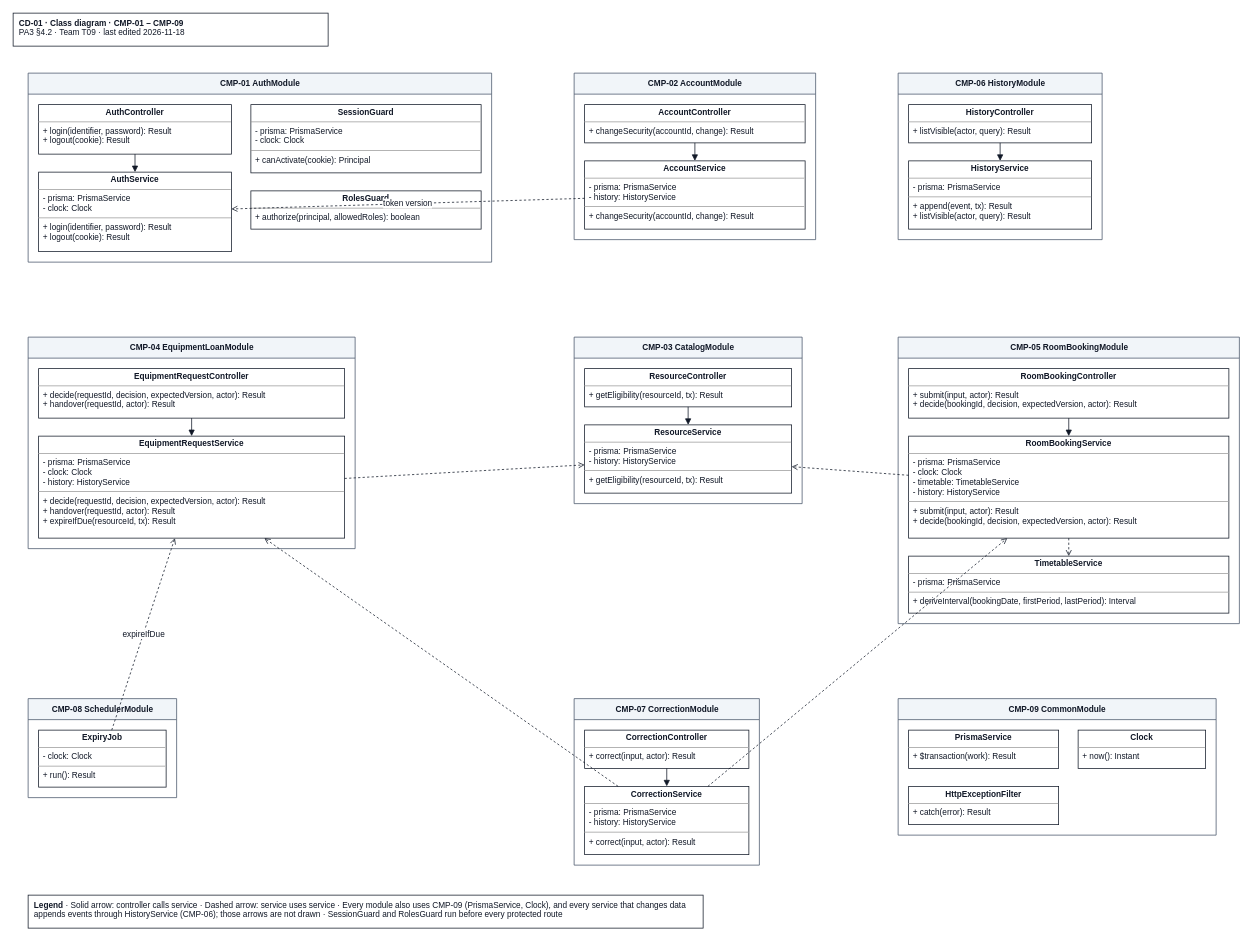
This is docs/design/diagrams/CD-01_component-classes.drawio from JuliaTrang/T09-CampusBorrow, a draw.io file, before an edit. Source tidied: cells renumbered, new cells numbered last; positions are measured from the earlier drawing's top-left corner, leaving out a move shared by most shapes. Both pictures are drawn from the tidied source at 75%, with x=0, y=0 at pixel (13, 13).
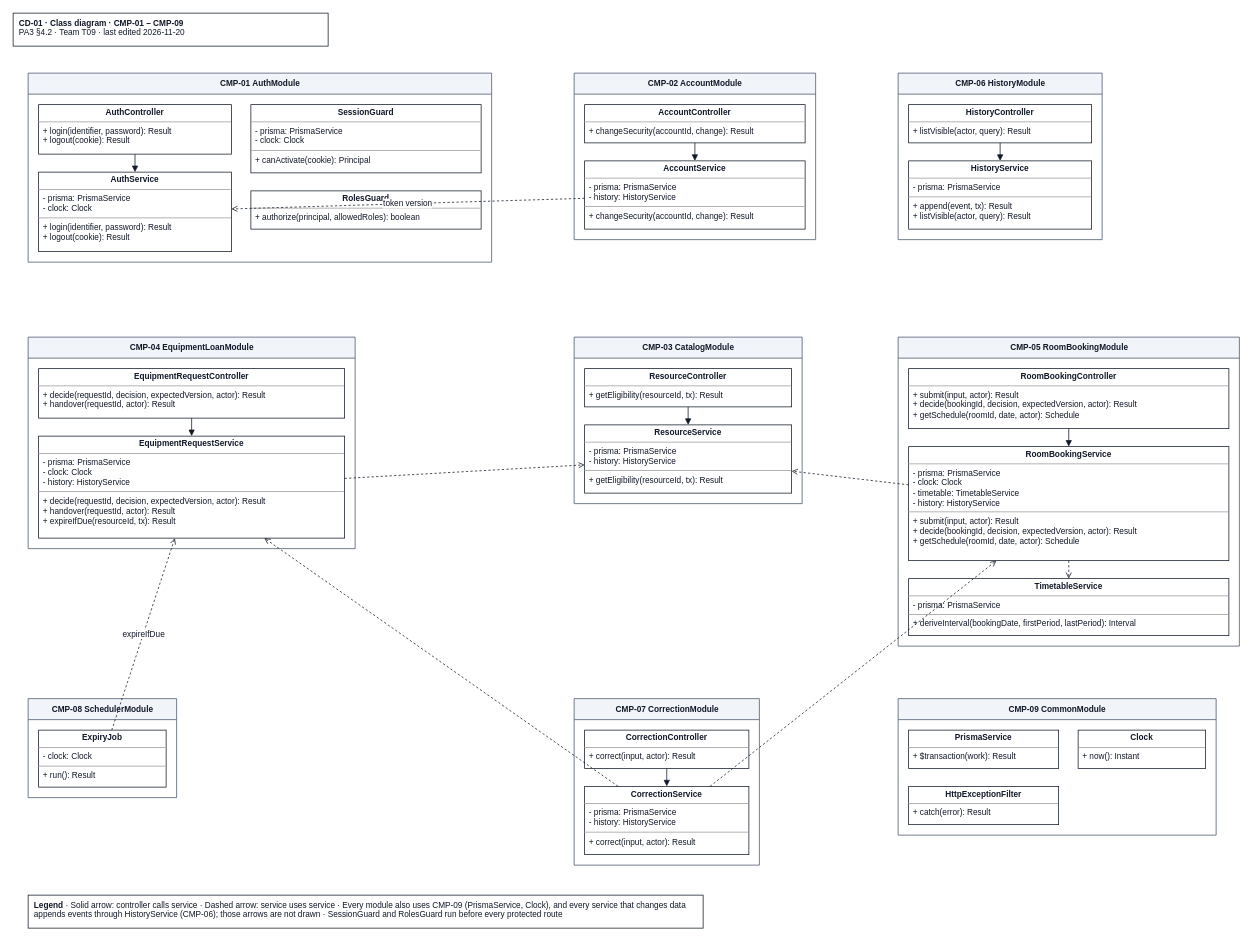
Above is the later version.

Commit message (it also covers changes not shown here):
docs(pa3): add RoomBookingService.getSchedule for FR-05-06 to CD-01, 4.2 and 4.3

What changed in the source:
```diff
@@
-    <mxCell id="2" value="&lt;b&gt;CD-01 · Class diagram · CMP-01 – CMP-09&lt;/b&gt;&lt;br&gt;PA3 §4.2 · Team T09 · last edited 2026-11-18" style="rounded=0;whiteSpace=wrap;html=1;align=left;verticalAlign=top;spacingLeft=6;strokeColor=#111827;fillColor=#ffffff;fontFamily=Arial;fontSize=11;fontColor=#111827;" parent="1" vertex="1">
+    <mxCell id="2" value="&lt;b&gt;CD-01 · Class diagram · CMP-01 – CMP-09&lt;/b&gt;&lt;br&gt;PA3 §4.2 · Team T09 · last edited 2026-11-20" style="rounded=0;whiteSpace=wrap;html=1;align=left;verticalAlign=top;spacingLeft=6;strokeColor=#111827;fillColor=#ffffff;fontFamily=Arial;fontSize=11;fontColor=#111827;" parent="1" vertex="1">
       <mxGeometry width="420" height="44" as="geometry" />
     </mxCell>
@@
     <mxCell id="20" value="CMP-05 RoomBookingModule" style="swimlane;startSize=28;html=1;horizontal=1;fillColor=#f1f5f9;strokeColor=#475569;fontStyle=1;rounded=0;fontFamily=Arial;fontSize=11;fontColor=#111827;" parent="1" vertex="1">
-      <mxGeometry x="1180" y="432" width="455" height="382" as="geometry" />
+      <mxGeometry x="1180" y="432" width="455" height="412" as="geometry" />
     </mxCell>
-    <mxCell id="21" value="&lt;p style=&quot;margin:0px;margin-top:4px;text-align:center;&quot;&gt;&lt;b&gt;RoomBookingController&lt;/b&gt;&lt;/p&gt;&lt;hr size=&quot;1&quot;/&gt;&lt;p style=&quot;margin:0px;margin-left:6px;&quot;&gt;+ submit(input, actor): Result&lt;br&gt;+ decide(bookingId, decision, expectedVersion, actor): Result&lt;/p&gt;" style="verticalAlign=top;align=left;overflow=fill;html=1;whiteSpace=wrap;rounded=0;strokeColor=#111827;fillColor=#ffffff;fontFamily=Arial;fontSize=11;fontColor=#111827;" parent="20" vertex="1">
-      <mxGeometry x="14" y="42" width="427" height="66" as="geometry" />
+    <mxCell id="21" value="&lt;p style=&quot;margin:0px;margin-top:4px;text-align:center;&quot;&gt;&lt;b&gt;RoomBookingController&lt;/b&gt;&lt;/p&gt;&lt;hr size=&quot;1&quot;/&gt;&lt;p style=&quot;margin:0px;margin-left:6px;&quot;&gt;+ submit(input, actor): Result&lt;br&gt;+ decide(bookingId, decision, expectedVersion, actor): Result&lt;br&gt;+ getSchedule(roomId, date, actor): Schedule&lt;/p&gt;" style="verticalAlign=top;align=left;overflow=fill;html=1;whiteSpace=wrap;rounded=0;strokeColor=#111827;fillColor=#ffffff;fontFamily=Arial;fontSize=11;fontColor=#111827;" parent="20" vertex="1">
+      <mxGeometry x="14" y="42" width="427" height="80" as="geometry" />
     </mxCell>
-    <mxCell id="22" value="&lt;p style=&quot;margin:0px;margin-top:4px;text-align:center;&quot;&gt;&lt;b&gt;RoomBookingService&lt;/b&gt;&lt;/p&gt;&lt;hr size=&quot;1&quot;/&gt;&lt;p style=&quot;margin:0px;margin-left:6px;&quot;&gt;- prisma: PrismaService&lt;br&gt;- clock: Clock&lt;br&gt;- timetable: TimetableService&lt;br&gt;- history: HistoryService&lt;/p&gt;&lt;hr size=&quot;1&quot;/&gt;&lt;p style=&quot;margin:0px;margin-left:6px;&quot;&gt;+ submit(input, actor): Result&lt;br&gt;+ decide(bookingId, decision, expectedVersion, actor): Result&lt;/p&gt;" style="verticalAlign=top;align=left;overflow=fill;html=1;whiteSpace=wrap;rounded=0;strokeColor=#111827;fillColor=#ffffff;fontFamily=Arial;fontSize=11;fontColor=#111827;" parent="20" vertex="1">
-      <mxGeometry x="14" y="132" width="427" height="136" as="geometry" />
+    <mxCell id="22" value="&lt;p style=&quot;margin:0px;margin-top:4px;text-align:center;&quot;&gt;&lt;b&gt;RoomBookingService&lt;/b&gt;&lt;/p&gt;&lt;hr size=&quot;1&quot;/&gt;&lt;p style=&quot;margin:0px;margin-left:6px;&quot;&gt;- prisma: PrismaService&lt;br&gt;- clock: Clock&lt;br&gt;- timetable: TimetableService&lt;br&gt;- history: HistoryService&lt;/p&gt;&lt;hr size=&quot;1&quot;/&gt;&lt;p style=&quot;margin:0px;margin-left:6px;&quot;&gt;+ submit(input, actor): Result&lt;br&gt;+ decide(bookingId, decision, expectedVersion, actor): Result&lt;br&gt;+ getSchedule(roomId, date, actor): Schedule&lt;/p&gt;" style="verticalAlign=top;align=left;overflow=fill;html=1;whiteSpace=wrap;rounded=0;strokeColor=#111827;fillColor=#ffffff;fontFamily=Arial;fontSize=11;fontColor=#111827;" parent="20" vertex="1">
+      <mxGeometry x="14" y="146" width="427" height="152" as="geometry" />
     </mxCell>
     <mxCell id="23" value="&lt;p style=&quot;margin:0px;margin-top:4px;text-align:center;&quot;&gt;&lt;b&gt;TimetableService&lt;/b&gt;&lt;/p&gt;&lt;hr size=&quot;1&quot;/&gt;&lt;p style=&quot;margin:0px;margin-left:6px;&quot;&gt;- prisma: PrismaService&lt;/p&gt;&lt;hr size=&quot;1&quot;/&gt;&lt;p style=&quot;margin:0px;margin-left:6px;&quot;&gt;+ deriveInterval(bookingDate, firstPeriod, lastPeriod): Interval&lt;/p&gt;" style="verticalAlign=top;align=left;overflow=fill;html=1;whiteSpace=wrap;rounded=0;strokeColor=#111827;fillColor=#ffffff;fontFamily=Arial;fontSize=11;fontColor=#111827;" parent="20" vertex="1">
-      <mxGeometry x="14" y="292" width="427" height="76" as="geometry" />
+      <mxGeometry x="14" y="322" width="427" height="76" as="geometry" />
     </mxCell>
```
